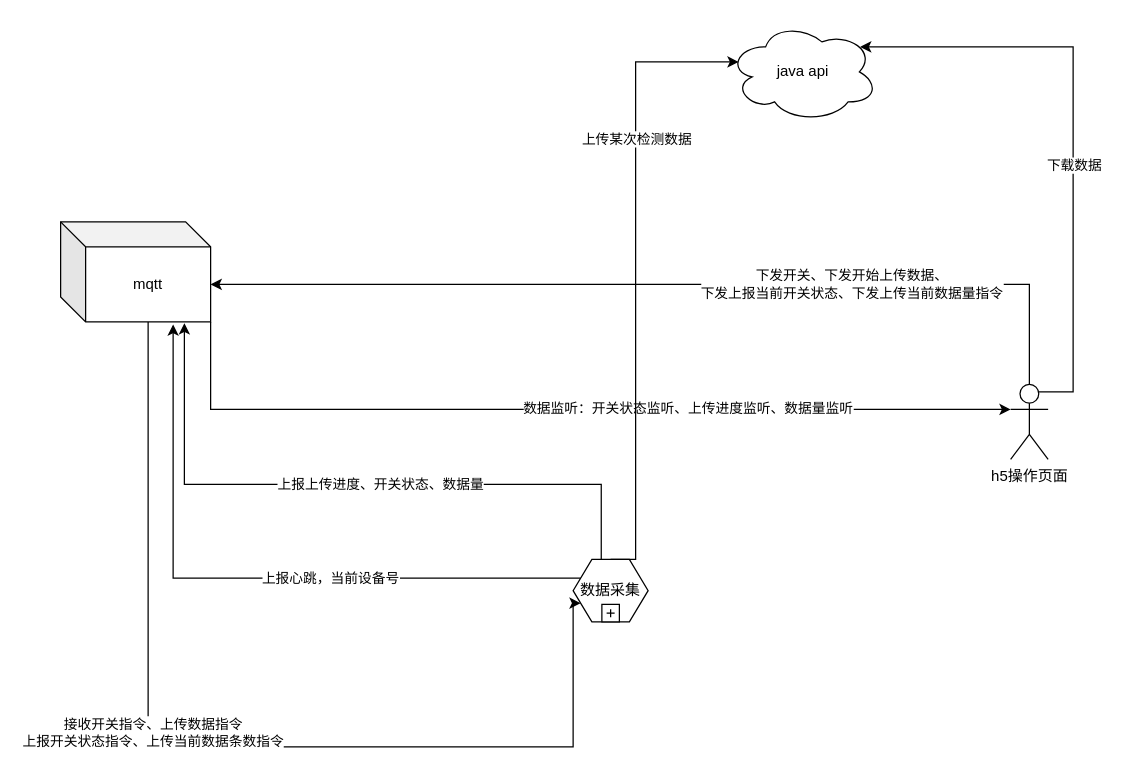
Earlier version of the draw.io diagram page "架构图" (1 of 2) of Untitled Diagram.drawio (a83988029/data_collect_arch). Source tidied: cells renumbered, new cells numbered last; positions are measured from the earlier drawing's top-left corner, leaving out a move shared by most shapes. Both pictures are drawn from the tidied source at 125%, with x=0, y=0 at pixel (60, 21).
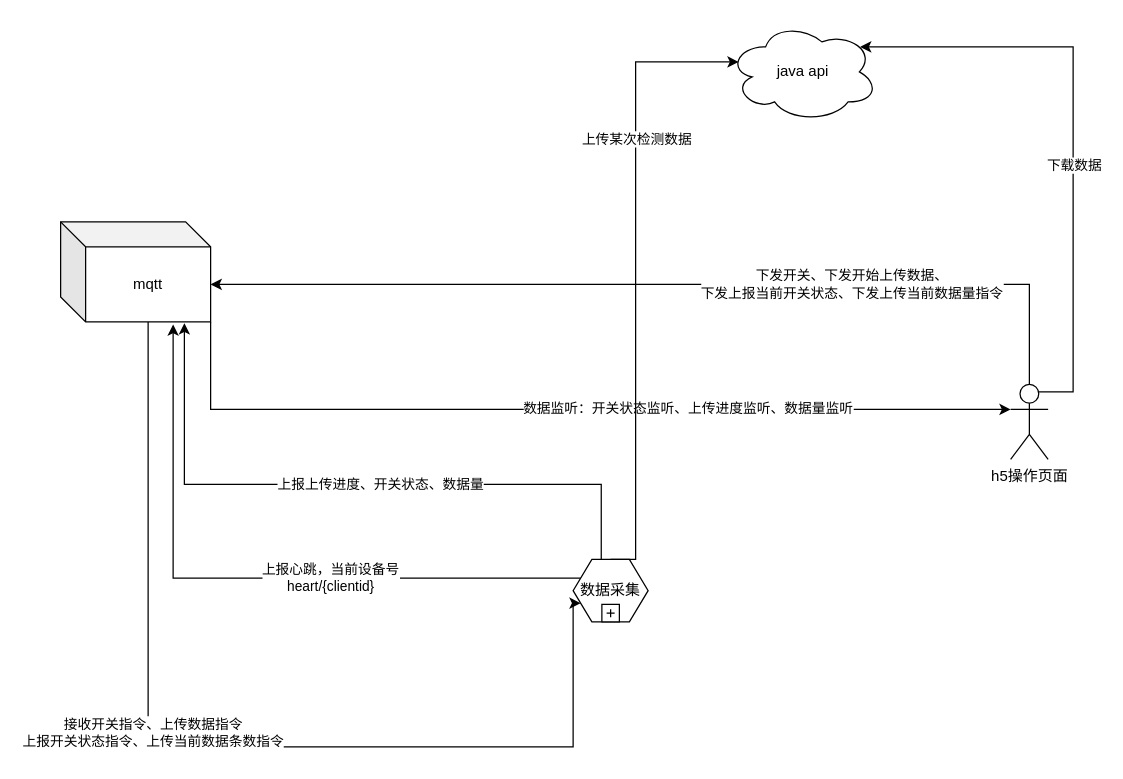
The same page after the edit.

Unchanged cells that the change refers to:
```xml
<mxCell id="17" style="edgeStyle=orthogonalEdgeStyle;rounded=0;jettySize=auto;html=1;exitX=0;exitY=0.25;exitDx=0;exitDy=0;entryX=0.75;entryY=1.025;entryDx=0;entryDy=0;entryPerimeter=0;" parent="1" edge="1" source="19" target="7">
  <mxGeometry relative="1" as="geometry" />
</mxCell>
```

What changed in the source:
```diff
@@
-    <mxCell id="18" value="上报心跳，当前设备号" style="edgeLabel;html=1;align=center;verticalAlign=middle;" parent="17" vertex="1">
+    <mxCell id="18" value="&lt;div&gt;上报心跳，当前设备号&lt;/div&gt;heart/{clientid}" style="edgeLabel;html=1;align=center;verticalAlign=middle;" parent="17" vertex="1">
       <mxGeometry x="-0.24" y="-1" relative="1" as="geometry" />
     </mxCell>
```
